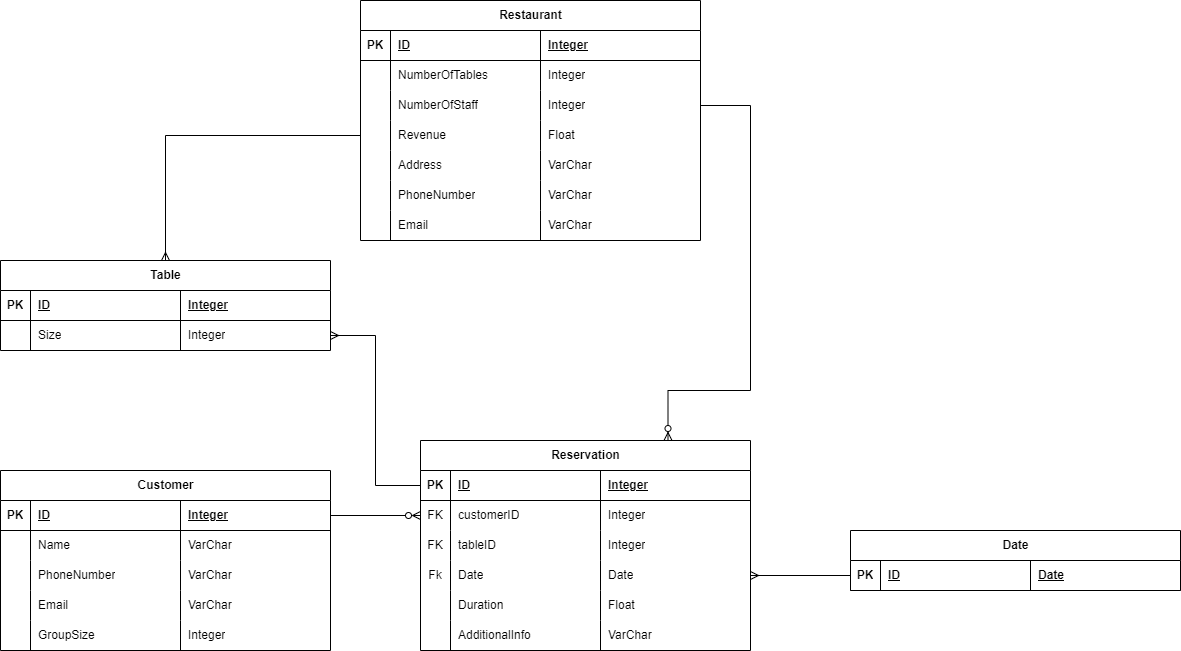
The draw.io diagram RestaurantCore.drawio.png in boolean-uk/java-data-modelling, before a commit. Source tidied: cells renumbered, new cells last; positions are measured from the earlier drawing's top-left corner, leaving out a move shared by most shapes.
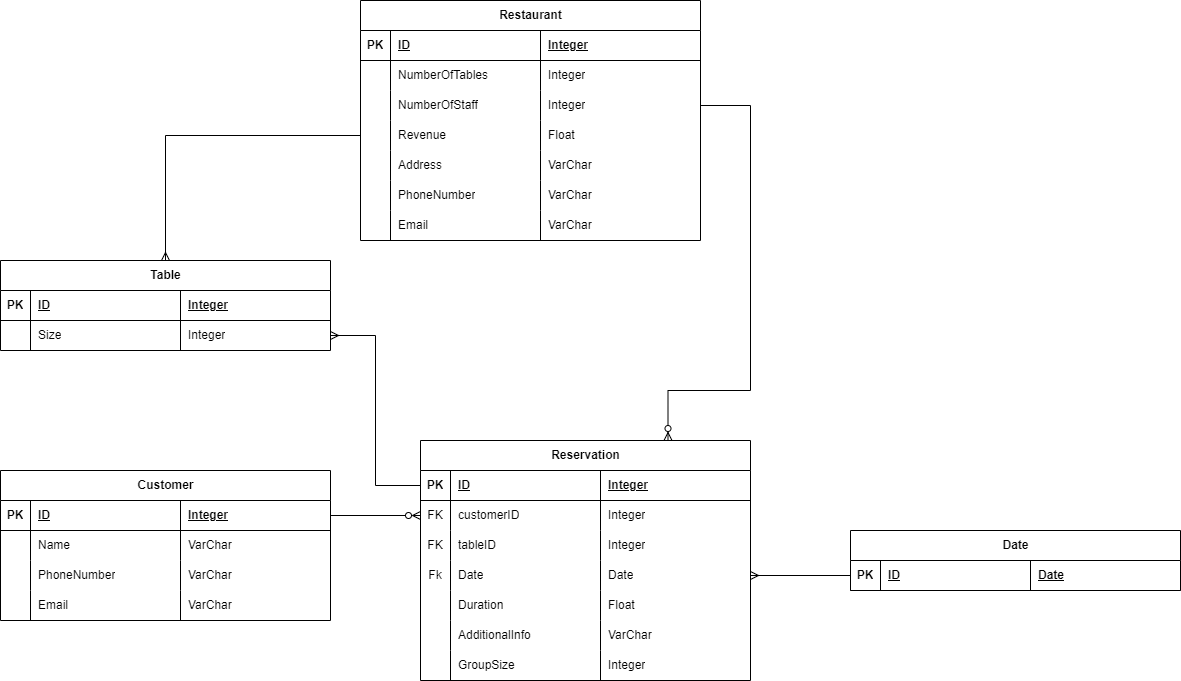
The same file after the commit.

The edit, as a diff of the source:
```diff
@@ -30,7 +30,7 @@
       <mxGeometry x="180" width="150" height="30" as="geometry" />
     </mxCell>
     <mxCell id="11" value="Customer" style="shape=table;startSize=30;rowLines=0;fontStyle=1;align=center;html=1;" parent="1" vertex="1">
-      <mxGeometry y="470" width="330" height="180" as="geometry" />
+      <mxGeometry y="470" width="330" height="150" as="geometry" />
     </mxCell>
     <mxCell id="12" style="shape=tableRow;horizontal=0;startSize=0;swimlaneHead=0;swimlaneBody=0;fillColor=none;points=[[0,0.5],[1,0.5]];portConstraint=eastwest;top=0;left=0;right=0;bottom=1;" parent="11" vertex="1">
       <mxGeometry y="30" width="330" height="30" as="geometry" />
@@ -80,18 +80,6 @@
     <mxCell id="27" value="VarChar" style="shape=partialRectangle;fillColor=none;top=0;left=0;bottom=0;right=0;align=left;spacingLeft=6;overflow=hidden;whiteSpace=wrap;html=1;" parent="24" vertex="1">
       <mxGeometry x="180" width="150" height="30" as="geometry" />
     </mxCell>
-    <mxCell id="28" style="shape=tableRow;horizontal=0;startSize=0;swimlaneHead=0;swimlaneBody=0;fillColor=none;top=0;left=0;right=0;bottom=0;" parent="11" vertex="1">
-      <mxGeometry y="150" width="330" height="30" as="geometry" />
-    </mxCell>
-    <mxCell id="29" style="shape=partialRectangle;fillColor=none;top=0;left=0;bottom=0;right=0;overflow=hidden;whiteSpace=wrap;html=1;" parent="28" vertex="1">
-      <mxGeometry width="30" height="30" as="geometry" />
-    </mxCell>
-    <mxCell id="30" value="GroupSize" style="shape=partialRectangle;fillColor=none;top=0;left=0;bottom=0;right=0;align=left;spacingLeft=6;overflow=hidden;whiteSpace=wrap;html=1;" parent="28" vertex="1">
-      <mxGeometry x="30" width="150" height="30" as="geometry" />
-    </mxCell>
-    <mxCell id="31" value="Integer" style="shape=partialRectangle;fillColor=none;top=0;left=0;bottom=0;right=0;align=left;spacingLeft=6;overflow=hidden;whiteSpace=wrap;html=1;" parent="28" vertex="1">
-      <mxGeometry x="180" width="150" height="30" as="geometry" />
-    </mxCell>
     <mxCell id="32" value="Date" style="shape=table;startSize=30;rowLines=0;fontStyle=1;align=center;html=1;" parent="1" vertex="1">
       <mxGeometry x="850" y="530" width="330" height="60" as="geometry" />
     </mxCell>
@@ -108,7 +96,7 @@
       <mxGeometry x="180" width="150" height="30" as="geometry" />
     </mxCell>
     <mxCell id="37" value="Reservation" style="shape=table;startSize=30;rowLines=0;fontStyle=1;align=center;html=1;" parent="1" vertex="1">
-      <mxGeometry x="420" y="440" width="330" height="210" as="geometry" />
+      <mxGeometry x="420" y="440" width="330" height="240" as="geometry" />
     </mxCell>
     <mxCell id="38" style="shape=tableRow;horizontal=0;startSize=0;swimlaneHead=0;swimlaneBody=0;fillColor=none;points=[[0,0.5],[1,0.5]];portConstraint=eastwest;top=0;left=0;right=0;bottom=1;" parent="37" vertex="1">
       <mxGeometry y="30" width="330" height="30" as="geometry" />
@@ -182,6 +170,18 @@
     <mxCell id="61" value="VarChar" style="shape=partialRectangle;fillColor=none;top=0;left=0;bottom=0;right=0;align=left;spacingLeft=6;overflow=hidden;whiteSpace=wrap;html=1;" parent="58" vertex="1">
       <mxGeometry x="180" width="150" height="30" as="geometry" />
     </mxCell>
+    <mxCell id="96" style="shape=tableRow;horizontal=0;startSize=0;swimlaneHead=0;swimlaneBody=0;fillColor=none;top=0;left=0;right=0;bottom=0;" parent="37" vertex="1">
+      <mxGeometry y="210" width="330" height="30" as="geometry" />
+    </mxCell>
+    <mxCell id="97" style="shape=partialRectangle;fillColor=none;top=0;left=0;bottom=0;right=0;overflow=hidden;whiteSpace=wrap;html=1;" parent="96" vertex="1">
+      <mxGeometry width="30" height="30" as="geometry" />
+    </mxCell>
+    <mxCell id="98" style="shape=partialRectangle;fillColor=none;top=0;left=0;bottom=0;right=0;align=left;spacingLeft=6;overflow=hidden;whiteSpace=wrap;html=1;" parent="96" vertex="1">
+      <mxGeometry x="30" width="150" height="30" as="geometry" />
+    </mxCell>
+    <mxCell id="99" style="shape=partialRectangle;fillColor=none;top=0;left=0;bottom=0;right=0;align=left;spacingLeft=6;overflow=hidden;whiteSpace=wrap;html=1;" parent="96" vertex="1">
+      <mxGeometry x="180" width="150" height="30" as="geometry" />
+    </mxCell>
     <mxCell id="62" style="edgeStyle=orthogonalEdgeStyle;rounded=0;jettySize=auto;html=1;exitX=1;exitY=0.5;exitDx=0;exitDy=0;entryX=0;entryY=0.5;entryDx=0;entryDy=0;endArrow=ERzeroToMany;endFill=0;" parent="1" edge="1" source="12" target="42">
       <mxGeometry relative="1" as="geometry" />
     </mxCell>
@@ -290,5 +290,17 @@
         </Array>
       </mxGeometry>
     </mxCell>
+    <mxCell id="100" style="shape=tableRow;horizontal=0;startSize=0;swimlaneHead=0;swimlaneBody=0;fillColor=none;top=0;left=0;right=0;bottom=0;" parent="1" vertex="1">
+      <mxGeometry x="420" y="650" width="330" height="30" as="geometry" />
+    </mxCell>
+    <mxCell id="101" style="shape=partialRectangle;fillColor=none;top=0;left=0;bottom=0;right=0;overflow=hidden;whiteSpace=wrap;html=1;" parent="100" vertex="1">
+      <mxGeometry width="30" height="30" as="geometry" />
+    </mxCell>
+    <mxCell id="30" value="GroupSize" style="shape=partialRectangle;fillColor=none;top=0;left=0;bottom=0;right=0;align=left;spacingLeft=6;overflow=hidden;whiteSpace=wrap;html=1;" parent="100" vertex="1">
+      <mxGeometry x="30" width="150" height="30" as="geometry" />
+    </mxCell>
+    <mxCell id="31" value="Integer" style="shape=partialRectangle;fillColor=none;top=0;left=0;bottom=0;right=0;align=left;spacingLeft=6;overflow=hidden;whiteSpace=wrap;html=1;" parent="100" vertex="1">
+      <mxGeometry x="180" width="150" height="30" as="geometry" />
+    </mxCell>
   </root>
 </mxGraphModel>
```
